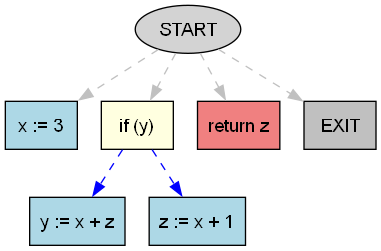
Earlier version of the Graphviz export cdg.png (eleniogarcia/AnalisisEstatico). Its source is kept beside it as cdg.dot.
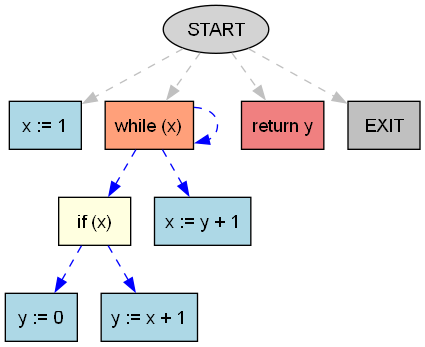
The same diagram one commit later.

Diff of the diagram source:
```diff
@@ -1,18 +1,23 @@
 digraph CDG {
   rankdir=TB;
   node [shape=box, fontname="Helvetica", style=filled];
-  n6 [label="START", fillcolor=lightgray, shape=ellipse];
-  n0 [label="x := 3", fillcolor=lightblue];
-  n1 [label="if (y)", fillcolor=lightyellow];
-  n3 [label="y := x + z", fillcolor=lightblue];
-  n4 [label="return z", fillcolor=lightcoral];
-  n5 [label="EXIT", fillcolor=gray];
-  n2 [label="z := x + 1", fillcolor=lightblue];
+  n8 [label="START", fillcolor=lightgray, shape=ellipse];
+  n0 [label="x := 1", fillcolor=lightblue];
+  n1 [label="while (x)", fillcolor=lightsalmon];
+  n6 [label="return y", fillcolor=lightcoral];
+  n7 [label="EXIT", fillcolor=gray];
+  n2 [label="if (x)", fillcolor=lightyellow];
+  n4 [label="y := 0", fillcolor=lightblue];
+  n5 [label="x := y + 1", fillcolor=lightblue];
+  n3 [label="y := x + 1", fillcolor=lightblue];
 
-  n6 -> n0 [style=dashed, color=gray];
-  n6 -> n1 [style=dashed, color=gray];
-  n6 -> n4 [style=dashed, color=gray];
-  n6 -> n5 [style=dashed, color=gray];
+  n8 -> n0 [style=dashed, color=gray];
+  n8 -> n1 [style=dashed, color=gray];
+  n8 -> n6 [style=dashed, color=gray];
+  n8 -> n7 [style=dashed, color=gray];
   n1 -> n2 [style=dashed, color=blue];
-  n1 -> n3 [style=dashed, color=blue];
+  n1 -> n5 [style=dashed, color=blue];
+  n1 -> n1 [style=dashed, color=blue];
+  n2 -> n3 [style=dashed, color=blue];
+  n2 -> n4 [style=dashed, color=blue];
 }
```
